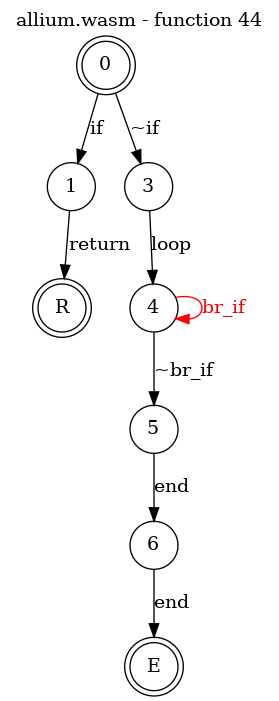
jsCarleton/wanalyze keeps this Graphviz diagram as test_cases/allium/funcs/allium-func44.png. Above is the earlier version. Its source is kept beside it as test_cases/allium/funcs/allium-func44.dot.
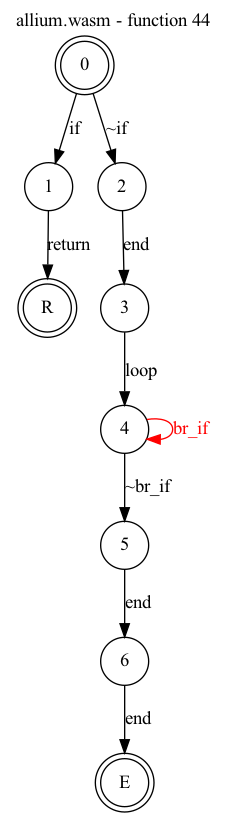
After the commit.

Change to the diagram source:
```diff
@@ -7,7 +7,7 @@
     node [shape = doublecircle]; 0 E R ;
     node [shape = circle];
     0 -> 1[label="if"];
-    0 -> 3[label="~if"];
+    0 -> 2[label="~if"];
     1 -> R[label="return"];
     2 -> 3[label="end"];
     3 -> 4[label="loop"];
```
